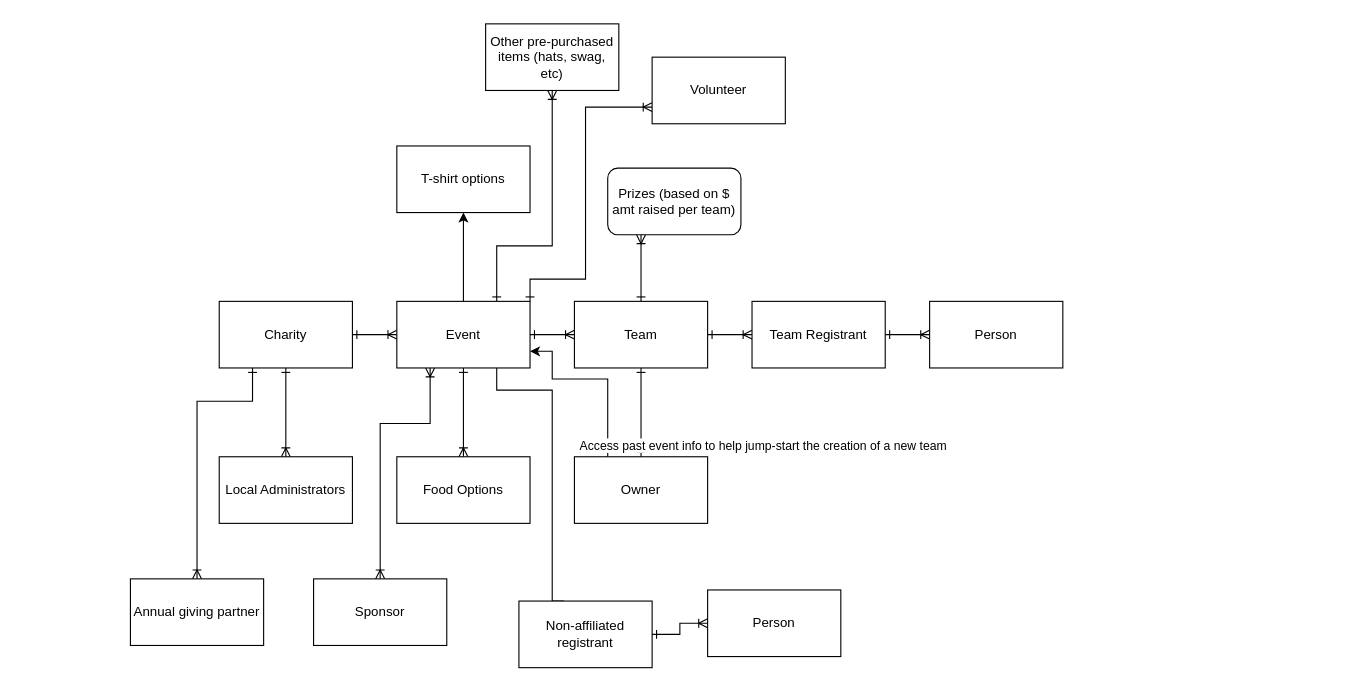
SnowSE/project_aspen keeps this draw.io diagram as page "Concepts" (1 of 2) of docs/datamodel.drawio. Above is the earlier version. Source tidied: cells renumbered, new cells numbered last; positions are measured from the earlier drawing's top-left corner, leaving out a move shared by most shapes. Both pictures are drawn from the tidied source at 111%, with x=0, y=0 at pixel (130, 23).
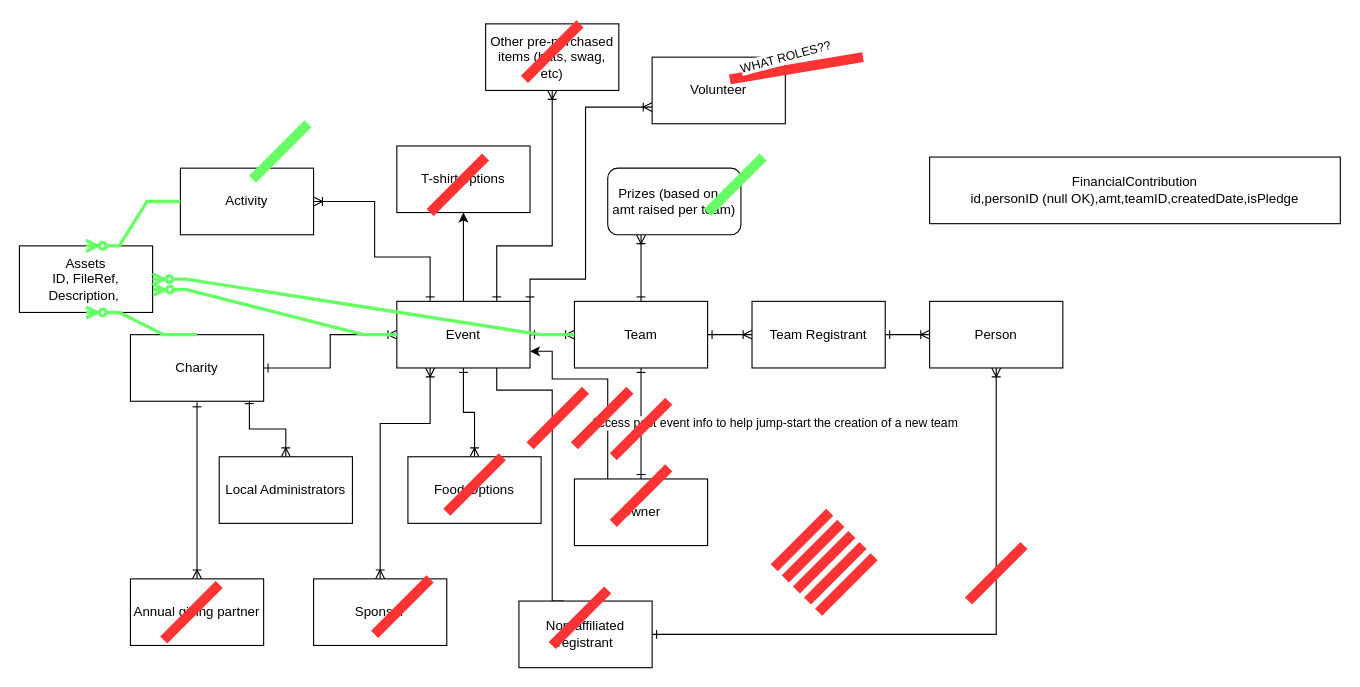
The same page after the edit.

Commit message:
Updated MVP data model from class discussion

The change refers to these unchanged cells:
```xml
<mxCell id="9" value="Event" style="rounded=0;whiteSpace=wrap;html=1;" parent="1" vertex="1">
  <mxGeometry x="240" y="250" width="120" height="60" as="geometry" />
</mxCell>
<mxCell id="12" value="Team" style="rounded=0;whiteSpace=wrap;html=1;" parent="1" vertex="1">
  <mxGeometry x="400" y="250" width="120" height="60" as="geometry" />
</mxCell>
<mxCell id="15" value="Person" style="rounded=0;whiteSpace=wrap;html=1;" parent="1" vertex="1">
  <mxGeometry x="720" y="250" width="120" height="60" as="geometry" />
</mxCell>
<mxCell id="20" value="Local Administrators" style="rounded=0;whiteSpace=wrap;html=1;" parent="1" vertex="1">
  <mxGeometry x="80" y="390" width="120" height="60" as="geometry" />
</mxCell>
<mxCell id="25" value="Non-affiliated registrant" style="rounded=0;whiteSpace=wrap;html=1;" parent="1" vertex="1">
  <mxGeometry x="350" y="520" width="120" height="60" as="geometry" />
</mxCell>
<mxCell id="31" value="Annual giving partner" style="rounded=0;whiteSpace=wrap;html=1;" parent="1" vertex="1">
  <mxGeometry y="500" width="120" height="60" as="geometry" />
</mxCell>
```

The edit, as a diff of the source:
```diff
@@
-    <mxCell id="3" style="edgeStyle=orthogonalEdgeStyle;rounded=0;jettySize=auto;html=1;startArrow=ERone;startFill=0;endArrow=ERoneToMany;endFill=0;" parent="1" edge="1" source="4" target="20">
+    <mxCell id="3" style="edgeStyle=orthogonalEdgeStyle;rounded=0;jettySize=auto;html=1;startArrow=ERone;startFill=0;endArrow=ERoneToMany;endFill=0;exitX=0.893;exitY=0.968;exitDx=0;exitDy=0;exitPerimeter=0;" parent="1" edge="1" source="4" target="20">
       <mxGeometry relative="1" as="geometry" />
     </mxCell>
     <mxCell id="4" value="Charity" style="rounded=0;whiteSpace=wrap;html=1;" parent="1" vertex="1">
-      <mxGeometry x="80" y="250" width="120" height="60" as="geometry" />
+      <mxGeometry y="280" width="120" height="60" as="geometry" />
     </mxCell>
@@
     <mxCell id="16" value="Food Options" style="whiteSpace=wrap;html=1;rounded=0;" parent="1" vertex="1">
-      <mxGeometry x="240" y="390" width="120" height="60" as="geometry" />
+      <mxGeometry x="250" y="390" width="120" height="60" as="geometry" />
     </mxCell>
@@
     <mxCell id="21" value="Access past event info to help jump-start the creation of a new team" style="edgeStyle=orthogonalEdgeStyle;rounded=0;jettySize=auto;html=1;exitX=0.25;exitY=0;exitDx=0;exitDy=0;entryX=1;entryY=0.75;entryDx=0;entryDy=0;" parent="1" edge="1" source="22" target="9">
-      <mxGeometry x="-0.88" y="-140" relative="1" as="geometry">
+      <mxGeometry x="-0.46" y="-150" relative="1" as="geometry">
         <Array as="points">
           <mxPoint x="430" y="320" />
           <mxPoint x="380" y="320" />
           <mxPoint x="380" y="295" />
         </Array>
       </mxGeometry>
     </mxCell>
     <mxCell id="22" value="Owner" style="rounded=0;whiteSpace=wrap;html=1;" parent="1" vertex="1">
-      <mxGeometry x="400" y="390" width="120" height="60" as="geometry" />
+      <mxGeometry x="400" y="410" width="120" height="60" as="geometry" />
     </mxCell>
@@
-    <mxCell id="26" style="edgeStyle=orthogonalEdgeStyle;rounded=0;jettySize=auto;html=1;startArrow=ERone;startFill=0;endArrow=ERoneToMany;endFill=0;exitX=1;exitY=0.5;exitDx=0;exitDy=0;" parent="1" edge="1" source="25" target="27">
+    <mxCell id="26" style="edgeStyle=orthogonalEdgeStyle;rounded=0;jettySize=auto;html=1;startArrow=ERone;startFill=0;endArrow=ERoneToMany;endFill=0;exitX=1;exitY=0.5;exitDx=0;exitDy=0;" parent="1" edge="1" source="25" target="15">
       <mxGeometry relative="1" as="geometry" />
     </mxCell>
-    <mxCell id="27" value="Person" style="rounded=0;whiteSpace=wrap;html=1;" parent="1" vertex="1">
-      <mxGeometry x="520" y="510" width="120" height="60" as="geometry" />
-    </mxCell>
@@
-    <mxCell id="30" style="edgeStyle=orthogonalEdgeStyle;rounded=0;jettySize=auto;html=1;exitX=0.5;exitY=0;exitDx=0;exitDy=0;entryX=0.25;entryY=1;entryDx=0;entryDy=0;startArrow=ERoneToMany;startFill=0;endArrow=ERone;endFill=0;" parent="1" edge="1" source="31" target="4">
+    <mxCell id="30" style="edgeStyle=orthogonalEdgeStyle;rounded=0;jettySize=auto;html=1;exitX=0.5;exitY=0;exitDx=0;exitDy=0;startArrow=ERoneToMany;startFill=0;endArrow=ERone;endFill=0;" parent="1" edge="1" source="31">
       <mxGeometry relative="1" as="geometry">
+        <mxPoint x="60" y="341" as="targetPoint" />
         <Array as="points">
-          <mxPoint x="60" y="340" />
-          <mxPoint x="110" y="340" />
+          <mxPoint x="60" y="341" />
         </Array>
       </mxGeometry>
     </mxCell>
@@
+    <mxCell id="34" style="endArrow=none;html=1;rounded=0;strokeColor=#FF3333;strokeWidth=9;" parent="1" edge="1">
+      <mxGeometry relative="1" as="geometry">
+        <mxPoint x="220" y="550" as="sourcePoint" />
+        <mxPoint x="270" y="500" as="targetPoint" />
+      </mxGeometry>
+    </mxCell>
+    <mxCell id="35" style="endArrow=none;html=1;rounded=0;strokeColor=#FF3333;strokeWidth=9;" parent="1" edge="1">
+      <mxGeometry relative="1" as="geometry">
+        <mxPoint x="30" y="555" as="sourcePoint" />
+        <mxPoint x="80" y="505" as="targetPoint" />
+      </mxGeometry>
+    </mxCell>
+    <mxCell id="36" style="endArrow=none;html=1;rounded=0;strokeColor=#FF3333;strokeWidth=9;" parent="1" edge="1">
+      <mxGeometry relative="1" as="geometry">
+        <mxPoint x="285" y="440" as="sourcePoint" />
+        <mxPoint x="335" y="390" as="targetPoint" />
+      </mxGeometry>
+    </mxCell>
+    <mxCell id="37" style="endArrow=none;html=1;rounded=0;strokeColor=#FF3333;strokeWidth=9;" parent="1" edge="1">
+      <mxGeometry relative="1" as="geometry">
+        <mxPoint x="270" y="170" as="sourcePoint" />
+        <mxPoint x="320" y="120" as="targetPoint" />
+      </mxGeometry>
+    </mxCell>
+    <mxCell id="38" style="endArrow=none;html=1;rounded=0;strokeColor=#FF3333;strokeWidth=9;" parent="1" edge="1">
+      <mxGeometry relative="1" as="geometry">
+        <mxPoint x="355" y="50" as="sourcePoint" />
+        <mxPoint x="405" as="targetPoint" />
+      </mxGeometry>
+    </mxCell>
+    <mxCell id="39" style="endArrow=none;html=1;rounded=0;strokeColor=#FF3333;strokeWidth=9;" parent="1" edge="1">
+      <mxGeometry relative="1" as="geometry">
+        <mxPoint x="540" y="50" as="sourcePoint" />
+        <mxPoint x="660" y="30" as="targetPoint" />
+      </mxGeometry>
+    </mxCell>
+    <mxCell id="40" value="WHAT ROLES??" style="edgeLabel;html=1;align=center;verticalAlign=middle;rotation=-15;" parent="39" vertex="1">
+      <mxGeometry x="0.44" relative="1" as="geometry">
+        <mxPoint x="-37" y="-6" as="offset" />
+      </mxGeometry>
+    </mxCell>
+    <mxCell id="41" style="endArrow=none;html=1;rounded=0;strokeColor=#FF3333;strokeWidth=9;" parent="1" edge="1">
+      <mxGeometry relative="1" as="geometry">
+        <mxPoint x="435" y="450" as="sourcePoint" />
+        <mxPoint x="485" y="400" as="targetPoint" />
+      </mxGeometry>
+    </mxCell>
+    <mxCell id="42" style="endArrow=none;html=1;rounded=0;strokeColor=#FF3333;strokeWidth=9;" parent="1" edge="1">
+      <mxGeometry relative="1" as="geometry">
+        <mxPoint x="435" y="390" as="sourcePoint" />
+        <mxPoint x="485" y="340" as="targetPoint" />
+      </mxGeometry>
+    </mxCell>
+    <mxCell id="43" style="endArrow=none;html=1;rounded=0;strokeColor=#FF3333;strokeWidth=9;" parent="1" edge="1">
+      <mxGeometry relative="1" as="geometry">
+        <mxPoint x="400" y="380" as="sourcePoint" />
+        <mxPoint x="450" y="330" as="targetPoint" />
+      </mxGeometry>
+    </mxCell>
+    <mxCell id="44" style="endArrow=none;html=1;rounded=0;strokeColor=#66FF66;strokeWidth=9;" parent="1" edge="1">
+      <mxGeometry relative="1" as="geometry">
+        <mxPoint x="520" y="170" as="sourcePoint" />
+        <mxPoint x="570" y="120" as="targetPoint" />
+      </mxGeometry>
+    </mxCell>
+    <mxCell id="45" style="endArrow=none;html=1;rounded=0;strokeColor=#FF3333;strokeWidth=9;" parent="1" edge="1">
+      <mxGeometry relative="1" as="geometry">
+        <mxPoint x="380" y="560" as="sourcePoint" />
+        <mxPoint x="430" y="510" as="targetPoint" />
+      </mxGeometry>
+    </mxCell>
+    <mxCell id="46" style="endArrow=none;html=1;rounded=0;strokeColor=#FF3333;strokeWidth=9;" parent="1" edge="1">
+      <mxGeometry relative="1" as="geometry">
+        <mxPoint x="755" y="520" as="sourcePoint" />
+        <mxPoint x="805" y="470" as="targetPoint" />
+      </mxGeometry>
+    </mxCell>
+    <mxCell id="47" style="endArrow=none;html=1;rounded=0;strokeColor=#FF3333;strokeWidth=9;" parent="1" edge="1">
+      <mxGeometry relative="1" as="geometry">
+        <mxPoint x="360" y="380" as="sourcePoint" />
+        <mxPoint x="410" y="330" as="targetPoint" />
+      </mxGeometry>
+    </mxCell>
+    <mxCell id="48" style="endArrow=none;html=1;rounded=0;strokeColor=#FF3333;strokeWidth=9;" parent="1" edge="1">
+      <mxGeometry relative="1" as="geometry">
+        <mxPoint x="580" y="490" as="sourcePoint" />
+        <mxPoint x="630" y="440" as="targetPoint" />
+      </mxGeometry>
+    </mxCell>
+    <mxCell id="49" style="endArrow=none;html=1;rounded=0;strokeColor=#FF3333;strokeWidth=9;" parent="1" edge="1">
+      <mxGeometry relative="1" as="geometry">
+        <mxPoint x="590" y="500" as="sourcePoint" />
+        <mxPoint x="640" y="450" as="targetPoint" />
+      </mxGeometry>
+    </mxCell>
+    <mxCell id="50" style="endArrow=none;html=1;rounded=0;strokeColor=#FF3333;strokeWidth=9;" parent="1" edge="1">
+      <mxGeometry relative="1" as="geometry">
+        <mxPoint x="600" y="510" as="sourcePoint" />
+        <mxPoint x="650" y="460" as="targetPoint" />
+      </mxGeometry>
+    </mxCell>
+    <mxCell id="51" style="endArrow=none;html=1;rounded=0;strokeColor=#FF3333;strokeWidth=9;" parent="1" edge="1">
+      <mxGeometry relative="1" as="geometry">
+        <mxPoint x="610" y="520" as="sourcePoint" />
+        <mxPoint x="660" y="470" as="targetPoint" />
+      </mxGeometry>
+    </mxCell>
+    <mxCell id="52" style="endArrow=none;html=1;rounded=0;strokeColor=#FF3333;strokeWidth=9;" parent="1" edge="1">
+      <mxGeometry relative="1" as="geometry">
+        <mxPoint x="620" y="530" as="sourcePoint" />
+        <mxPoint x="670" y="480" as="targetPoint" />
+      </mxGeometry>
+    </mxCell>
+    <mxCell id="53" value="Activity" style="rounded=0;whiteSpace=wrap;html=1;" parent="1" vertex="1">
+      <mxGeometry x="45" y="130" width="120" height="60" as="geometry" />
+    </mxCell>
+    <mxCell id="54" style="edgeStyle=orthogonalEdgeStyle;rounded=0;jettySize=auto;html=1;startArrow=ERone;startFill=0;endArrow=ERoneToMany;endFill=0;exitX=0.25;exitY=0;exitDx=0;exitDy=0;entryX=1;entryY=0.5;entryDx=0;entryDy=0;" parent="1" edge="1" source="9" target="53">
+      <mxGeometry relative="1" as="geometry">
+        <Array as="points">
+          <mxPoint x="270" y="210" />
+          <mxPoint x="220" y="210" />
+          <mxPoint x="220" y="160" />
+        </Array>
+      </mxGeometry>
+    </mxCell>
+    <mxCell id="55" style="endArrow=none;html=1;rounded=0;strokeColor=#66FF66;strokeWidth=9;" parent="1" edge="1">
+      <mxGeometry relative="1" as="geometry">
+        <mxPoint x="110" y="140" as="sourcePoint" />
+        <mxPoint x="160" y="90" as="targetPoint" />
+      </mxGeometry>
+    </mxCell>
+    <mxCell id="56" value="FinancialContribution&lt;br&gt;id,personID (null OK),amt,teamID,createdDate,isPledge" style="rounded=0;whiteSpace=wrap;html=1;" parent="1" vertex="1">
+      <mxGeometry x="720" y="120" width="370" height="60" as="geometry" />
+    </mxCell>
+    <mxCell id="57" value="Assets&lt;br&gt;ID, FileRef, Description,&amp;nbsp;" style="rounded=0;whiteSpace=wrap;html=1;" parent="1" vertex="1">
+      <mxGeometry x="-100" y="200" width="120" height="60" as="geometry" />
+    </mxCell>
+    <mxCell id="58" style="edgeStyle=entityRelationEdgeStyle;fontSize=12;html=1;endArrow=ERzeroToMany;endFill=1;rounded=0;strokeColor=#66FF66;strokeWidth=3;exitX=0;exitY=0.5;exitDx=0;exitDy=0;entryX=0.5;entryY=0;entryDx=0;entryDy=0;" parent="1" edge="1" source="53" target="57">
+      <mxGeometry relative="1" as="geometry" />
+    </mxCell>
+    <mxCell id="59" style="edgeStyle=entityRelationEdgeStyle;fontSize=12;html=1;endArrow=ERzeroToMany;endFill=1;rounded=0;strokeColor=#66FF66;strokeWidth=3;entryX=1;entryY=0.5;entryDx=0;entryDy=0;" parent="1" edge="1" source="12" target="57">
+      <mxGeometry relative="1" as="geometry" />
+    </mxCell>
+    <mxCell id="60" style="edgeStyle=entityRelationEdgeStyle;fontSize=12;html=1;endArrow=ERzeroToMany;endFill=1;rounded=0;strokeColor=#66FF66;strokeWidth=3;entryX=1.005;entryY=0.658;entryDx=0;entryDy=0;entryPerimeter=0;" parent="1" edge="1" source="9" target="57">
+      <mxGeometry relative="1" as="geometry" />
+    </mxCell>
+    <mxCell id="61" style="edgeStyle=entityRelationEdgeStyle;fontSize=12;html=1;endArrow=ERzeroToMany;endFill=1;rounded=0;strokeColor=#66FF66;strokeWidth=3;entryX=0.5;entryY=1;entryDx=0;entryDy=0;exitX=0.5;exitY=0;exitDx=0;exitDy=0;" parent="1" edge="1" source="4" target="57">
+      <mxGeometry relative="1" as="geometry" />
+    </mxCell>
```
